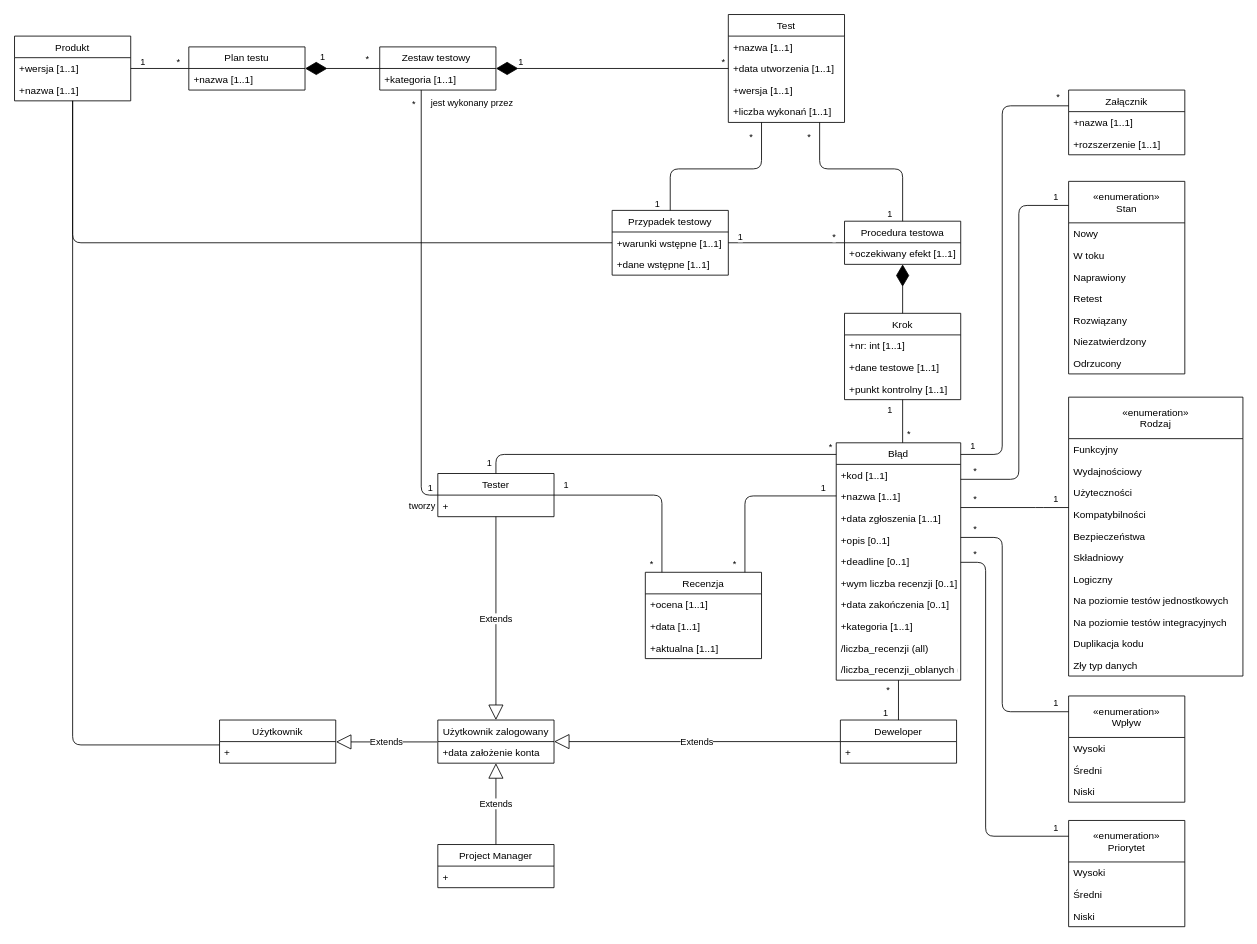
Above: Diagram Klas.drawio in Nilphym/ZPI (draw.io), before the change. Source tidied: cells renumbered, new cells numbered last; positions are measured from the earlier drawing's top-left corner, leaving out a move shared by most shapes. Both pictures are drawn from the tidied source at 83%, with x=0, y=0 at pixel (14, 14).
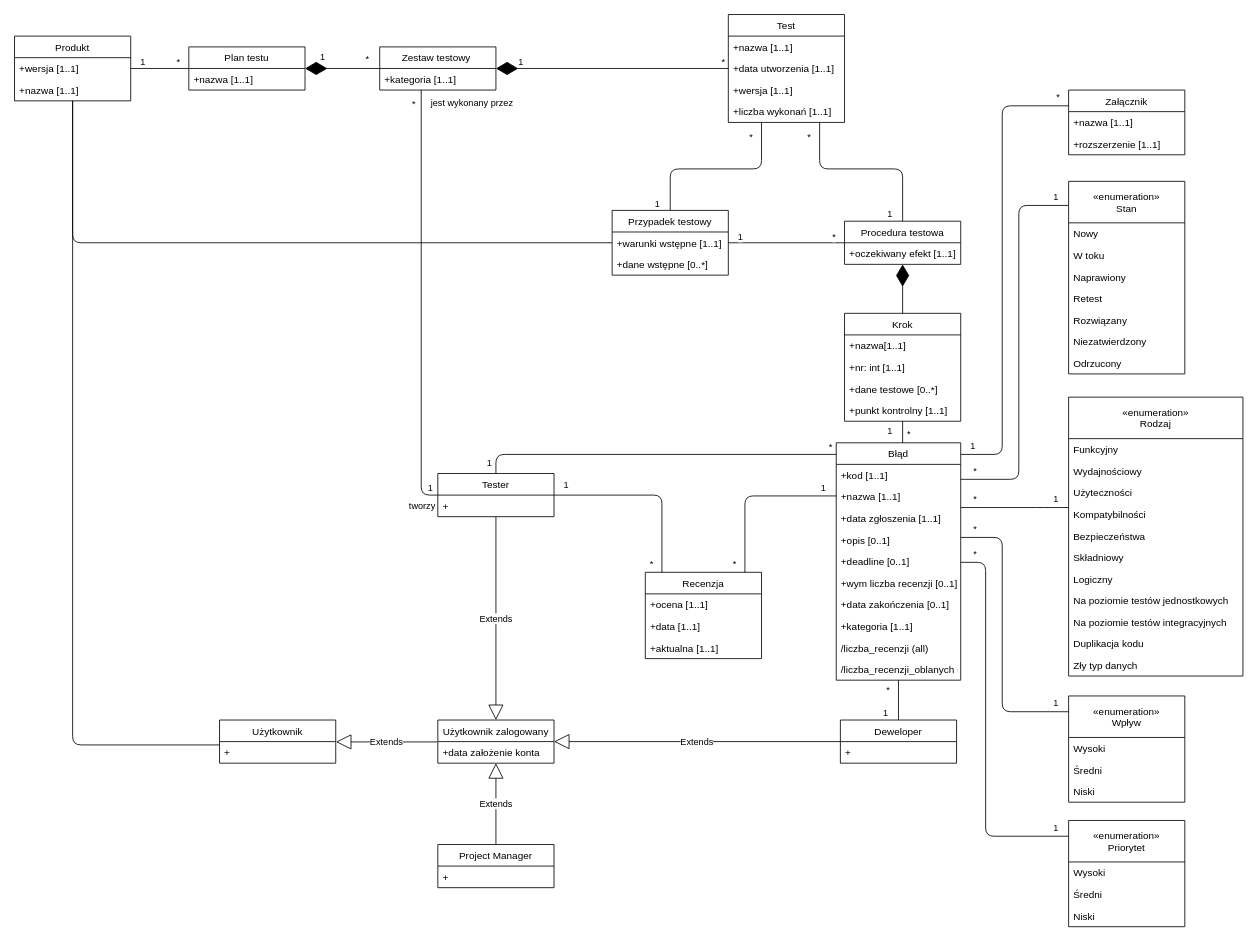
The same diagram, later.

Unchanged cells that the change refers to:
```xml
<mxCell id="65" value="Przypadek testowy" style="swimlane;fontStyle=0;horizontal=1;startSize=26;fillColor=none;" parent="1" vertex="1">
  <mxGeometry x="720" y="236" width="140" height="78" as="geometry" />
</mxCell>
```

Diff of the diagram source:
```diff
@@
     <mxCell id="19" value="Krok" style="swimlane;fontStyle=0;horizontal=1;startSize=26;fillColor=none;" parent="1" vertex="1">
-      <mxGeometry x="1000" y="360" width="140" height="104" as="geometry" />
+      <mxGeometry x="1000" y="360" width="140" height="130" as="geometry" />
     </mxCell>
+    <mxCell id="139" value="+nazwa[1..1]" style="text;strokeColor=none;fillColor=none;align=left;verticalAlign=top;spacingLeft=4;spacingRight=4;overflow=hidden;" parent="19" vertex="1">
+      <mxGeometry y="26" width="140" height="26" as="geometry" />
+    </mxCell>
     <mxCell id="20" value="+nr: int [1..1]" style="text;strokeColor=none;fillColor=none;align=left;verticalAlign=top;spacingLeft=4;spacingRight=4;overflow=hidden;" parent="19" vertex="1">
-      <mxGeometry y="26" width="140" height="26" as="geometry" />
+      <mxGeometry y="52" width="140" height="26" as="geometry" />
     </mxCell>
-    <mxCell id="21" value="+dane testowe [1..1]" style="text;strokeColor=none;fillColor=none;align=left;verticalAlign=top;spacingLeft=4;spacingRight=4;overflow=hidden;" parent="19" vertex="1">
-      <mxGeometry y="52" width="140" height="26" as="geometry" />
+    <mxCell id="21" value="+dane testowe [0..*]" style="text;strokeColor=none;fillColor=none;align=left;verticalAlign=top;spacingLeft=4;spacingRight=4;overflow=hidden;" parent="19" vertex="1">
+      <mxGeometry y="78" width="140" height="26" as="geometry" />
     </mxCell>
     <mxCell id="22" value="+punkt kontrolny [1..1]" style="text;strokeColor=none;fillColor=none;align=left;verticalAlign=top;spacingLeft=4;spacingRight=4;overflow=hidden;" parent="19" vertex="1">
-      <mxGeometry y="78" width="140" height="26" as="geometry" />
+      <mxGeometry y="104" width="140" height="26" as="geometry" />
     </mxCell>
@@
-    <mxCell id="67" value="+dane wstępne [1..1]" style="text;strokeColor=none;fillColor=none;align=left;verticalAlign=top;spacingLeft=4;spacingRight=4;overflow=hidden;" parent="65" vertex="1">
+    <mxCell id="67" value="+dane wstępne [0..*]" style="text;strokeColor=none;fillColor=none;align=left;verticalAlign=top;spacingLeft=4;spacingRight=4;overflow=hidden;" parent="65" vertex="1">
       <mxGeometry y="52" width="140" height="26" as="geometry" />
     </mxCell>
```
